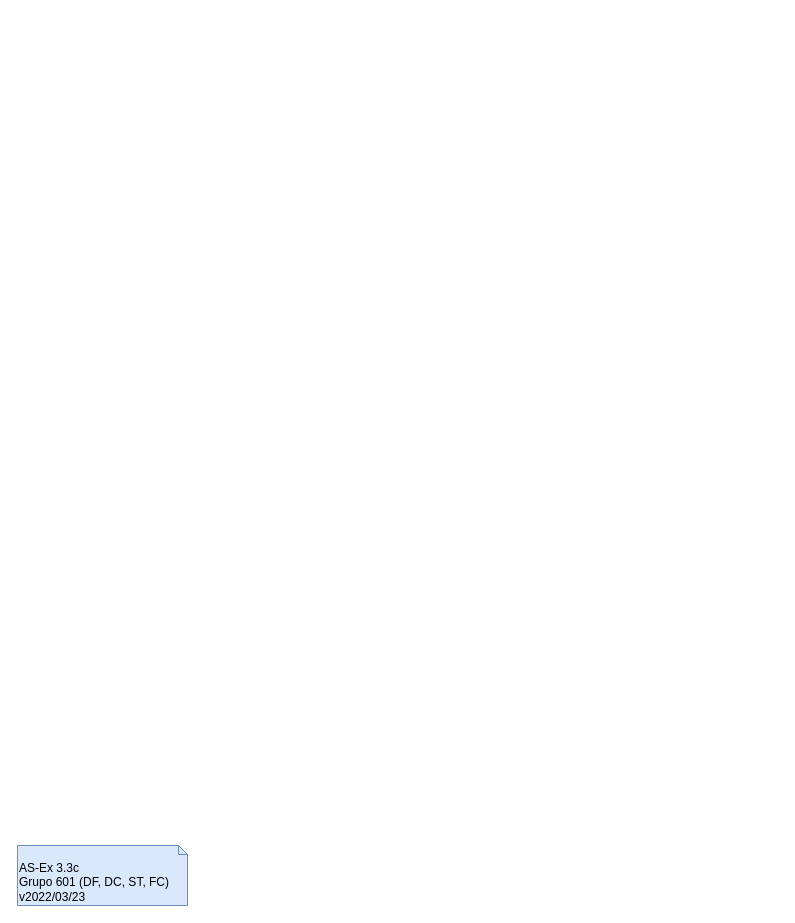
This is page "Page-3" (3 of 4) of P/P3/P3.drawio from DavidAraujo98/AS, a draw.io file, before an edit. Source tidied: cells renumbered, new cells numbered last; positions are measured from the earlier drawing's top-left corner, leaving out a move shared by most shapes. Both pictures are drawn from the tidied source at 100%, with x=0, y=0 at pixel (17, 845).
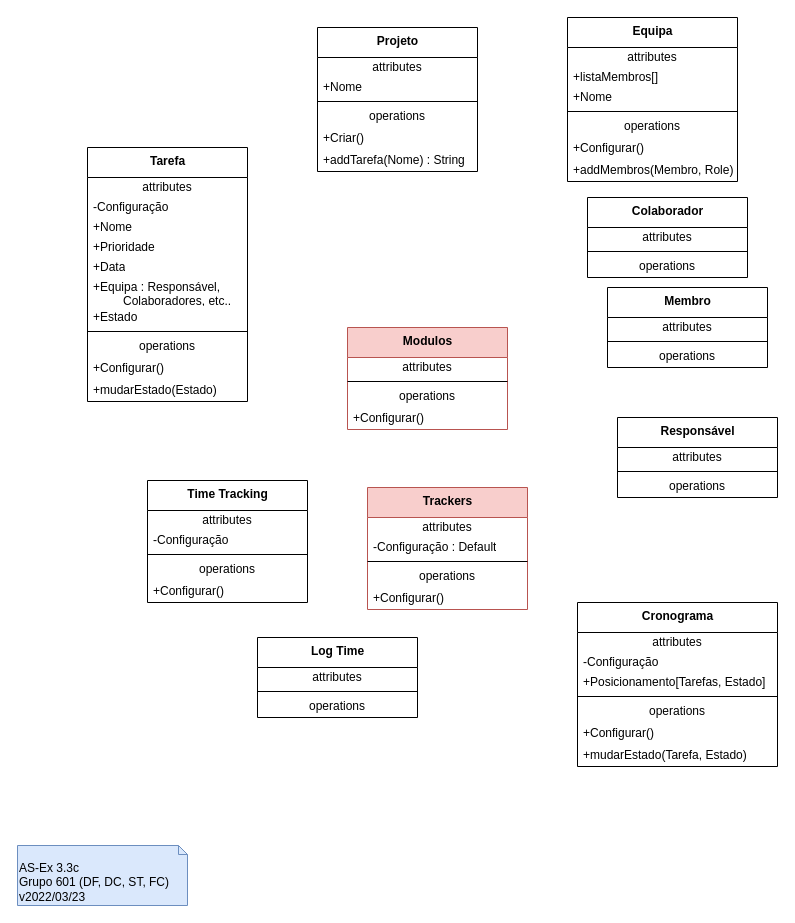
The same diagram, later.

Diff of the diagram source:
```diff
@@
+    <mxCell id="3" value="&lt;b&gt;Colaborador&lt;/b&gt;" style="swimlane;fontStyle=0;align=center;verticalAlign=top;horizontal=1;startSize=30;html=1;" parent="1" vertex="1">
+      <mxGeometry x="570" y="-648" width="160" height="80" as="geometry" />
+    </mxCell>
+    <mxCell id="4" value="attributes" style="text;html=1;strokeColor=none;fillColor=none;align=center;verticalAlign=middle;spacingLeft=4;spacingRight=4;overflow=hidden;" parent="3" vertex="1">
+      <mxGeometry y="30" width="160" height="20" as="geometry" />
+    </mxCell>
+    <mxCell id="5" style="line;strokeWidth=1;fillColor=none;align=left;verticalAlign=middle;spacingTop=-1;spacingLeft=3;spacingRight=3;labelPosition=right;" parent="3" vertex="1">
+      <mxGeometry y="50" width="160" height="8" as="geometry" />
+    </mxCell>
+    <mxCell id="6" value="operations" style="text;html=1;strokeColor=none;fillColor=none;align=center;verticalAlign=middle;spacingLeft=4;spacingRight=4;overflow=hidden;" parent="3" vertex="1">
+      <mxGeometry y="58" width="160" height="22" as="geometry" />
+    </mxCell>
+    <mxCell id="7" value="&lt;b&gt;Membro&lt;/b&gt;" style="swimlane;fontStyle=0;align=center;verticalAlign=top;horizontal=1;startSize=30;html=1;" parent="1" vertex="1">
+      <mxGeometry x="590" y="-558" width="160" height="80" as="geometry" />
+    </mxCell>
+    <mxCell id="8" value="attributes" style="text;html=1;strokeColor=none;fillColor=none;align=center;verticalAlign=middle;spacingLeft=4;spacingRight=4;overflow=hidden;" parent="7" vertex="1">
+      <mxGeometry y="30" width="160" height="20" as="geometry" />
+    </mxCell>
+    <mxCell id="9" style="line;strokeWidth=1;fillColor=none;align=left;verticalAlign=middle;spacingTop=-1;spacingLeft=3;spacingRight=3;labelPosition=right;" parent="7" vertex="1">
+      <mxGeometry y="50" width="160" height="8" as="geometry" />
+    </mxCell>
+    <mxCell id="10" value="operations" style="text;html=1;strokeColor=none;fillColor=none;align=center;verticalAlign=middle;spacingLeft=4;spacingRight=4;overflow=hidden;" parent="7" vertex="1">
+      <mxGeometry y="58" width="160" height="22" as="geometry" />
+    </mxCell>
+    <mxCell id="11" value="&lt;b&gt;Equipa&lt;/b&gt;" style="swimlane;fontStyle=0;align=center;verticalAlign=top;horizontal=1;startSize=30;html=1;" parent="1" vertex="1">
+      <mxGeometry x="550" y="-828" width="170" height="164" as="geometry" />
+    </mxCell>
+    <mxCell id="12" value="attributes" style="text;html=1;strokeColor=none;fillColor=none;align=center;verticalAlign=middle;spacingLeft=4;spacingRight=4;overflow=hidden;" parent="11" vertex="1">
+      <mxGeometry y="30" width="170" height="20" as="geometry" />
+    </mxCell>
+    <mxCell id="13" value="+listaMembros[]" style="text;html=1;strokeColor=none;fillColor=none;align=left;verticalAlign=middle;spacingLeft=4;spacingRight=4;overflow=hidden;" parent="11" vertex="1">
+      <mxGeometry y="50" width="170" height="20" as="geometry" />
+    </mxCell>
+    <mxCell id="14" value="+Nome" style="text;html=1;strokeColor=none;fillColor=none;align=left;verticalAlign=middle;spacingLeft=4;spacingRight=4;overflow=hidden;" parent="11" vertex="1">
+      <mxGeometry y="70" width="170" height="20" as="geometry" />
+    </mxCell>
+    <mxCell id="15" style="line;strokeWidth=1;fillColor=none;align=left;verticalAlign=middle;spacingTop=-1;spacingLeft=3;spacingRight=3;labelPosition=right;" parent="11" vertex="1">
+      <mxGeometry y="90" width="170" height="8" as="geometry" />
+    </mxCell>
+    <mxCell id="16" value="operations" style="text;html=1;strokeColor=none;fillColor=none;align=center;verticalAlign=middle;spacingLeft=4;spacingRight=4;overflow=hidden;" parent="11" vertex="1">
+      <mxGeometry y="98" width="170" height="22" as="geometry" />
+    </mxCell>
+    <mxCell id="17" value="+Configurar()" style="text;html=1;strokeColor=none;fillColor=none;align=left;verticalAlign=middle;spacingLeft=4;spacingRight=4;overflow=hidden;" parent="11" vertex="1">
+      <mxGeometry y="120" width="170" height="22" as="geometry" />
+    </mxCell>
+    <mxCell id="18" value="+addMembros(Membro, Role)" style="text;html=1;strokeColor=none;fillColor=none;align=left;verticalAlign=middle;spacingLeft=4;spacingRight=4;overflow=hidden;" parent="11" vertex="1">
+      <mxGeometry y="142" width="170" height="22" as="geometry" />
+    </mxCell>
+    <mxCell id="19" value="&lt;b&gt;Tarefa&lt;/b&gt;" style="swimlane;fontStyle=0;align=center;verticalAlign=top;horizontal=1;startSize=30;html=1;" parent="1" vertex="1">
+      <mxGeometry x="70" y="-698" width="160" height="254" as="geometry" />
+    </mxCell>
+    <mxCell id="20" value="attributes" style="text;html=1;strokeColor=none;fillColor=none;align=center;verticalAlign=middle;spacingLeft=4;spacingRight=4;overflow=hidden;" parent="19" vertex="1">
+      <mxGeometry y="30" width="160" height="20" as="geometry" />
+    </mxCell>
+    <mxCell id="21" value="-Configuração" style="text;html=1;strokeColor=none;fillColor=none;align=left;verticalAlign=middle;spacingLeft=4;spacingRight=4;overflow=hidden;" parent="19" vertex="1">
+      <mxGeometry y="50" width="160" height="20" as="geometry" />
+    </mxCell>
+    <mxCell id="22" value="+Nome" style="text;html=1;strokeColor=none;fillColor=none;align=left;verticalAlign=middle;spacingLeft=4;spacingRight=4;overflow=hidden;" parent="19" vertex="1">
+      <mxGeometry y="70" width="160" height="20" as="geometry" />
+    </mxCell>
+    <mxCell id="23" value="+Prioridade" style="text;html=1;strokeColor=none;fillColor=none;align=left;verticalAlign=middle;spacingLeft=4;spacingRight=4;overflow=hidden;" parent="19" vertex="1">
+      <mxGeometry y="90" width="160" height="20" as="geometry" />
+    </mxCell>
+    <mxCell id="24" value="+Data" style="text;html=1;strokeColor=none;fillColor=none;align=left;verticalAlign=middle;spacingLeft=4;spacingRight=4;overflow=hidden;" parent="19" vertex="1">
+      <mxGeometry y="110" width="160" height="20" as="geometry" />
+    </mxCell>
+    <mxCell id="25" value="+Equipa : Responsável, &lt;br&gt;&amp;nbsp; &amp;nbsp; &amp;nbsp; &amp;nbsp; &amp;nbsp;Colaboradores, etc.." style="text;html=1;strokeColor=none;fillColor=none;align=left;verticalAlign=middle;spacingLeft=4;spacingRight=4;overflow=hidden;" parent="19" vertex="1">
+      <mxGeometry y="130" width="160" height="30" as="geometry" />
+    </mxCell>
+    <mxCell id="26" value="+Estado" style="text;html=1;strokeColor=none;fillColor=none;align=left;verticalAlign=middle;spacingLeft=4;spacingRight=4;overflow=hidden;" parent="19" vertex="1">
+      <mxGeometry y="160" width="160" height="20" as="geometry" />
+    </mxCell>
+    <mxCell id="27" style="line;strokeWidth=1;fillColor=none;align=left;verticalAlign=middle;spacingTop=-1;spacingLeft=3;spacingRight=3;labelPosition=right;" parent="19" vertex="1">
+      <mxGeometry y="180" width="160" height="8" as="geometry" />
+    </mxCell>
+    <mxCell id="28" value="operations" style="text;html=1;strokeColor=none;fillColor=none;align=center;verticalAlign=middle;spacingLeft=4;spacingRight=4;overflow=hidden;" parent="19" vertex="1">
+      <mxGeometry y="188" width="160" height="22" as="geometry" />
+    </mxCell>
+    <mxCell id="29" value="+Configurar()" style="text;html=1;strokeColor=none;fillColor=none;align=left;verticalAlign=middle;spacingLeft=4;spacingRight=4;overflow=hidden;" parent="19" vertex="1">
+      <mxGeometry y="210" width="160" height="22" as="geometry" />
+    </mxCell>
+    <mxCell id="30" value="&lt;span&gt;+mudarEstado(Estado)&lt;/span&gt;" style="text;html=1;strokeColor=none;fillColor=none;align=left;verticalAlign=middle;spacingLeft=4;spacingRight=4;overflow=hidden;" parent="19" vertex="1">
+      <mxGeometry y="232" width="160" height="22" as="geometry" />
+    </mxCell>
+    <mxCell id="31" value="&lt;b&gt;Projeto&lt;/b&gt;" style="swimlane;fontStyle=0;align=center;verticalAlign=top;horizontal=1;startSize=30;html=1;" parent="1" vertex="1">
+      <mxGeometry x="300" y="-818" width="160" height="144" as="geometry" />
+    </mxCell>
+    <mxCell id="32" value="attributes" style="text;html=1;strokeColor=none;fillColor=none;align=center;verticalAlign=middle;spacingLeft=4;spacingRight=4;overflow=hidden;" parent="31" vertex="1">
+      <mxGeometry y="30" width="160" height="20" as="geometry" />
+    </mxCell>
+    <mxCell id="33" value="+Nome" style="text;html=1;strokeColor=none;fillColor=none;align=left;verticalAlign=middle;spacingLeft=4;spacingRight=4;overflow=hidden;" parent="31" vertex="1">
+      <mxGeometry y="50" width="160" height="20" as="geometry" />
+    </mxCell>
+    <mxCell id="34" style="line;strokeWidth=1;fillColor=none;align=left;verticalAlign=middle;spacingTop=-1;spacingLeft=3;spacingRight=3;labelPosition=right;" parent="31" vertex="1">
+      <mxGeometry y="70" width="160" height="8" as="geometry" />
+    </mxCell>
+    <mxCell id="35" value="operations" style="text;html=1;strokeColor=none;fillColor=none;align=center;verticalAlign=middle;spacingLeft=4;spacingRight=4;overflow=hidden;" parent="31" vertex="1">
+      <mxGeometry y="78" width="160" height="22" as="geometry" />
+    </mxCell>
+    <mxCell id="36" value="+Criar()" style="text;html=1;strokeColor=none;fillColor=none;align=left;verticalAlign=middle;spacingLeft=4;spacingRight=4;overflow=hidden;" parent="31" vertex="1">
+      <mxGeometry y="100" width="160" height="22" as="geometry" />
+    </mxCell>
+    <mxCell id="37" value="+addTarefa(Nome) : String" style="text;html=1;strokeColor=none;fillColor=none;align=left;verticalAlign=middle;spacingLeft=4;spacingRight=4;overflow=hidden;" parent="31" vertex="1">
+      <mxGeometry y="122" width="160" height="22" as="geometry" />
+    </mxCell>
+    <mxCell id="38" value="&lt;b&gt;Responsável&lt;/b&gt;" style="swimlane;fontStyle=0;align=center;verticalAlign=top;horizontal=1;startSize=30;html=1;" parent="1" vertex="1">
+      <mxGeometry x="600" y="-428" width="160" height="80" as="geometry" />
+    </mxCell>
+    <mxCell id="39" value="attributes" style="text;html=1;strokeColor=none;fillColor=none;align=center;verticalAlign=middle;spacingLeft=4;spacingRight=4;overflow=hidden;" parent="38" vertex="1">
+      <mxGeometry y="30" width="160" height="20" as="geometry" />
+    </mxCell>
+    <mxCell id="40" style="line;strokeWidth=1;fillColor=none;align=left;verticalAlign=middle;spacingTop=-1;spacingLeft=3;spacingRight=3;labelPosition=right;" parent="38" vertex="1">
+      <mxGeometry y="50" width="160" height="8" as="geometry" />
+    </mxCell>
+    <mxCell id="41" value="operations" style="text;html=1;strokeColor=none;fillColor=none;align=center;verticalAlign=middle;spacingLeft=4;spacingRight=4;overflow=hidden;" parent="38" vertex="1">
+      <mxGeometry y="58" width="160" height="22" as="geometry" />
+    </mxCell>
+    <mxCell id="42" value="&lt;b&gt;Cronograma&lt;/b&gt;" style="swimlane;fontStyle=0;align=center;verticalAlign=top;horizontal=1;startSize=30;html=1;" parent="1" vertex="1">
+      <mxGeometry x="560" y="-243" width="200" height="164" as="geometry" />
+    </mxCell>
+    <mxCell id="43" value="attributes" style="text;html=1;strokeColor=none;fillColor=none;align=center;verticalAlign=middle;spacingLeft=4;spacingRight=4;overflow=hidden;" parent="42" vertex="1">
+      <mxGeometry y="30" width="200" height="20" as="geometry" />
+    </mxCell>
+    <mxCell id="44" value="-Configuração" style="text;html=1;strokeColor=none;fillColor=none;align=left;verticalAlign=middle;spacingLeft=4;spacingRight=4;overflow=hidden;" parent="42" vertex="1">
+      <mxGeometry y="50" width="200" height="20" as="geometry" />
+    </mxCell>
+    <mxCell id="45" value="+Posicionamento[Tarefas, Estado]" style="text;html=1;strokeColor=none;fillColor=none;align=left;verticalAlign=middle;spacingLeft=4;spacingRight=4;overflow=hidden;" parent="42" vertex="1">
+      <mxGeometry y="70" width="200" height="20" as="geometry" />
+    </mxCell>
+    <mxCell id="46" style="line;strokeWidth=1;fillColor=none;align=left;verticalAlign=middle;spacingTop=-1;spacingLeft=3;spacingRight=3;labelPosition=right;" parent="42" vertex="1">
+      <mxGeometry y="90" width="200" height="8" as="geometry" />
+    </mxCell>
+    <mxCell id="47" value="operations" style="text;html=1;strokeColor=none;fillColor=none;align=center;verticalAlign=middle;spacingLeft=4;spacingRight=4;overflow=hidden;" parent="42" vertex="1">
+      <mxGeometry y="98" width="200" height="22" as="geometry" />
+    </mxCell>
+    <mxCell id="48" value="&lt;span&gt;+Configurar()&lt;/span&gt;" style="text;html=1;strokeColor=none;fillColor=none;align=left;verticalAlign=middle;spacingLeft=4;spacingRight=4;overflow=hidden;" parent="42" vertex="1">
+      <mxGeometry y="120" width="200" height="22" as="geometry" />
+    </mxCell>
+    <mxCell id="49" value="&lt;span&gt;+mudarEstado(Tarefa, Estado)&lt;/span&gt;" style="text;html=1;strokeColor=none;fillColor=none;align=left;verticalAlign=middle;spacingLeft=4;spacingRight=4;overflow=hidden;" parent="42" vertex="1">
+      <mxGeometry y="142" width="200" height="22" as="geometry" />
+    </mxCell>
+    <mxCell id="50" value="&lt;b&gt;Time Tracking&lt;/b&gt;" style="swimlane;fontStyle=0;align=center;verticalAlign=top;horizontal=1;startSize=30;html=1;" parent="1" vertex="1">
+      <mxGeometry x="130" y="-365" width="160" height="122" as="geometry" />
+    </mxCell>
+    <mxCell id="51" value="attributes" style="text;html=1;strokeColor=none;fillColor=none;align=center;verticalAlign=middle;spacingLeft=4;spacingRight=4;overflow=hidden;" parent="50" vertex="1">
+      <mxGeometry y="30" width="160" height="20" as="geometry" />
+    </mxCell>
+    <mxCell id="52" value="-Configuração" style="text;html=1;strokeColor=none;fillColor=none;align=left;verticalAlign=middle;spacingLeft=4;spacingRight=4;overflow=hidden;" parent="50" vertex="1">
+      <mxGeometry y="50" width="160" height="20" as="geometry" />
+    </mxCell>
+    <mxCell id="53" style="line;strokeWidth=1;fillColor=none;align=left;verticalAlign=middle;spacingTop=-1;spacingLeft=3;spacingRight=3;labelPosition=right;" parent="50" vertex="1">
+      <mxGeometry y="70" width="160" height="8" as="geometry" />
+    </mxCell>
+    <mxCell id="54" value="operations" style="text;html=1;strokeColor=none;fillColor=none;align=center;verticalAlign=middle;spacingLeft=4;spacingRight=4;overflow=hidden;" parent="50" vertex="1">
+      <mxGeometry y="78" width="160" height="22" as="geometry" />
+    </mxCell>
+    <mxCell id="55" value="&lt;span&gt;+Configurar()&lt;/span&gt;" style="text;html=1;strokeColor=none;fillColor=none;align=left;verticalAlign=middle;spacingLeft=4;spacingRight=4;overflow=hidden;" parent="50" vertex="1">
+      <mxGeometry y="100" width="160" height="22" as="geometry" />
+    </mxCell>
+    <mxCell id="56" value="&lt;b&gt;Log Time&lt;/b&gt;" style="swimlane;fontStyle=0;align=center;verticalAlign=top;horizontal=1;startSize=30;html=1;" parent="1" vertex="1">
+      <mxGeometry x="240" y="-208" width="160" height="80" as="geometry" />
+    </mxCell>
+    <mxCell id="57" value="attributes" style="text;html=1;strokeColor=none;fillColor=none;align=center;verticalAlign=middle;spacingLeft=4;spacingRight=4;overflow=hidden;" parent="56" vertex="1">
+      <mxGeometry y="30" width="160" height="20" as="geometry" />
+    </mxCell>
+    <mxCell id="58" style="line;strokeWidth=1;fillColor=none;align=left;verticalAlign=middle;spacingTop=-1;spacingLeft=3;spacingRight=3;labelPosition=right;" parent="56" vertex="1">
+      <mxGeometry y="50" width="160" height="8" as="geometry" />
+    </mxCell>
+    <mxCell id="59" value="operations" style="text;html=1;strokeColor=none;fillColor=none;align=center;verticalAlign=middle;spacingLeft=4;spacingRight=4;overflow=hidden;" parent="56" vertex="1">
+      <mxGeometry y="58" width="160" height="22" as="geometry" />
+    </mxCell>
+    <mxCell id="60" value="&lt;b&gt;Modulos&lt;/b&gt;" style="swimlane;fontStyle=0;align=center;verticalAlign=top;horizontal=1;startSize=30;html=1;fillColor=#f8cecc;strokeColor=#b85450;" parent="1" vertex="1">
+      <mxGeometry x="330" y="-518" width="160" height="102" as="geometry" />
+    </mxCell>
+    <mxCell id="61" value="attributes" style="text;html=1;strokeColor=none;fillColor=none;align=center;verticalAlign=middle;spacingLeft=4;spacingRight=4;overflow=hidden;" parent="60" vertex="1">
+      <mxGeometry y="30" width="160" height="20" as="geometry" />
+    </mxCell>
+    <mxCell id="62" style="line;strokeWidth=1;fillColor=none;align=left;verticalAlign=middle;spacingTop=-1;spacingLeft=3;spacingRight=3;labelPosition=right;" parent="60" vertex="1">
+      <mxGeometry y="50" width="160" height="8" as="geometry" />
+    </mxCell>
+    <mxCell id="63" value="operations" style="text;html=1;strokeColor=none;fillColor=none;align=center;verticalAlign=middle;spacingLeft=4;spacingRight=4;overflow=hidden;" parent="60" vertex="1">
+      <mxGeometry y="58" width="160" height="22" as="geometry" />
+    </mxCell>
+    <mxCell id="64" value="+Configurar()" style="text;html=1;strokeColor=none;fillColor=none;align=left;verticalAlign=middle;spacingLeft=4;spacingRight=4;overflow=hidden;" parent="60" vertex="1">
+      <mxGeometry y="80" width="160" height="22" as="geometry" />
+    </mxCell>
+    <mxCell id="65" value="&lt;b&gt;Trackers&lt;/b&gt;" style="swimlane;fontStyle=0;align=center;verticalAlign=top;horizontal=1;startSize=30;html=1;fillColor=#f8cecc;strokeColor=#b85450;" parent="1" vertex="1">
+      <mxGeometry x="350" y="-358" width="160" height="122" as="geometry" />
+    </mxCell>
+    <mxCell id="66" value="attributes" style="text;html=1;strokeColor=none;fillColor=none;align=center;verticalAlign=middle;spacingLeft=4;spacingRight=4;overflow=hidden;" parent="65" vertex="1">
+      <mxGeometry y="30" width="160" height="20" as="geometry" />
+    </mxCell>
+    <mxCell id="67" value="-Configuração : Default" style="text;html=1;strokeColor=none;fillColor=none;align=left;verticalAlign=middle;spacingLeft=4;spacingRight=4;overflow=hidden;" parent="65" vertex="1">
+      <mxGeometry y="50" width="160" height="20" as="geometry" />
+    </mxCell>
+    <mxCell id="68" style="line;strokeWidth=1;fillColor=none;align=left;verticalAlign=middle;spacingTop=-1;spacingLeft=3;spacingRight=3;labelPosition=right;" parent="65" vertex="1">
+      <mxGeometry y="70" width="160" height="8" as="geometry" />
+    </mxCell>
+    <mxCell id="69" value="operations" style="text;html=1;strokeColor=none;fillColor=none;align=center;verticalAlign=middle;spacingLeft=4;spacingRight=4;overflow=hidden;" parent="65" vertex="1">
+      <mxGeometry y="78" width="160" height="22" as="geometry" />
+    </mxCell>
+    <mxCell id="70" value="+Configurar()" style="text;html=1;strokeColor=none;fillColor=none;align=left;verticalAlign=middle;spacingLeft=4;spacingRight=4;overflow=hidden;" parent="65" vertex="1">
+      <mxGeometry y="100" width="160" height="22" as="geometry" />
+    </mxCell>
```
